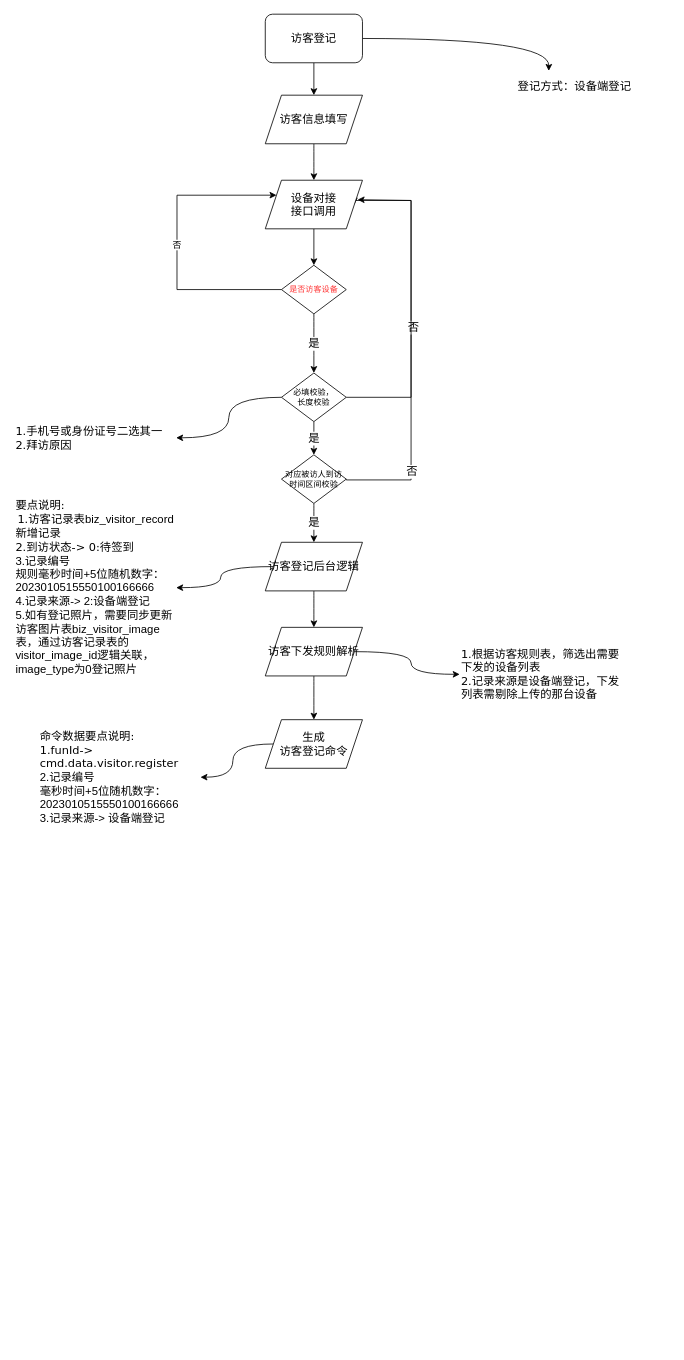
chwnjianhui/draw.io keeps this draw.io diagram as page "访客登记细化-设备端登记" (4 of 10) of 访客迭代3.7.1-平台和小程序和设备交互流程.drawio. Above is the earlier version. Source tidied: cells renumbered, new cells numbered last; positions are measured from the earlier drawing's top-left corner, leaving out a move shared by most shapes. Both pictures are drawn from the tidied source at 81%, with x=0, y=0 at pixel (14, 14).
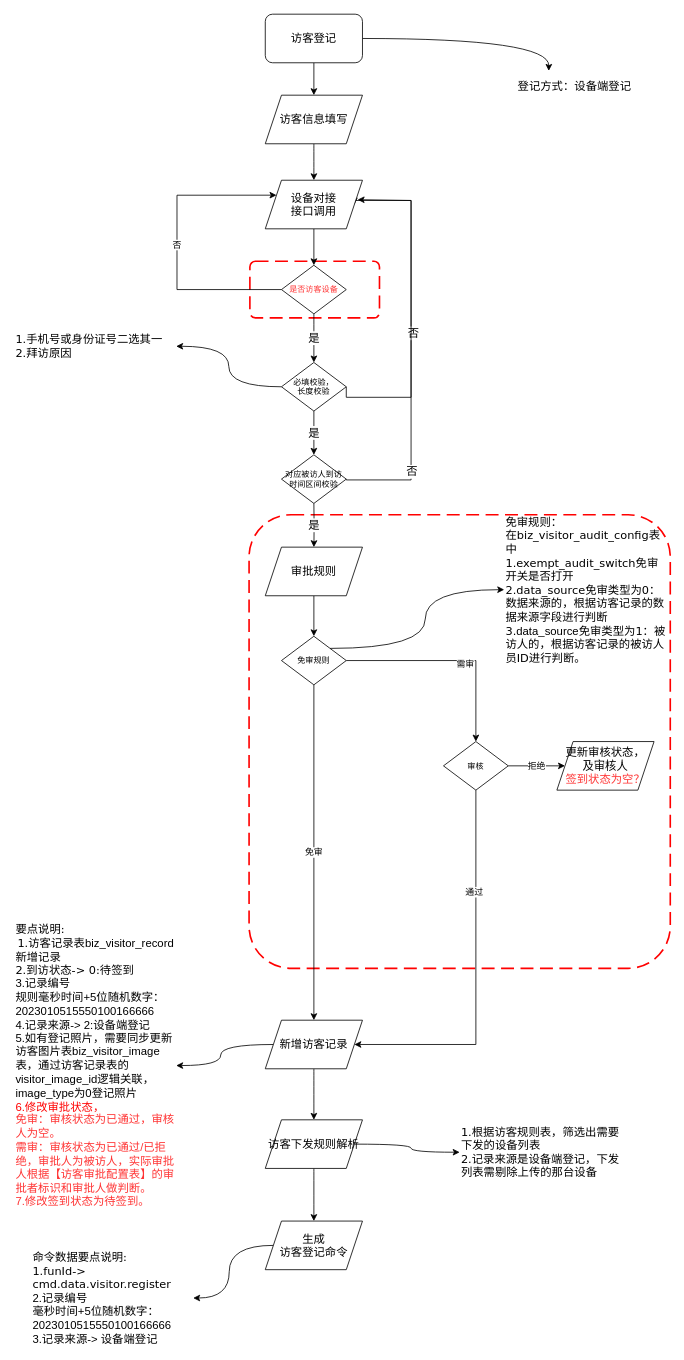
Above is the later version.

Unchanged cells that the change refers to:
```xml
<mxCell id="15" value="对应被访人到访时间区间校验" style="rhombus;whiteSpace=wrap;html=1;rounded=0;shadow=0;labelBackgroundColor=none;strokeWidth=1;fontFamily=Verdana;fontSize=10;align=center;fillColor=#FFFFFF;" parent="1" vertex="1">
  <mxGeometry x="330" y="544" width="80" height="60" as="geometry" />
</mxCell>
```

What changed in the source:
```diff
@@
+    <mxCell id="34" style="rounded=1;arcSize=10;dashed=1;strokeColor=#ff0000;fillColor=none;gradientColor=none;dashPattern=8 4;strokeWidth=2;" parent="1" vertex="1">
+      <mxGeometry x="291" y="305" width="160" height="70" as="geometry" />
+    </mxCell>
@@
     <mxCell id="9" value="必填校验，&lt;br&gt;长度校验" style="rhombus;whiteSpace=wrap;html=1;rounded=0;shadow=0;labelBackgroundColor=none;strokeWidth=1;fontFamily=Verdana;fontSize=10;align=center;fillColor=#FFFFFF;" parent="1" vertex="1">
-      <mxGeometry x="330" y="443" width="80" height="60" as="geometry" />
+      <mxGeometry x="330" y="430" width="80" height="60" as="geometry" />
     </mxCell>
@@
-    <mxCell id="14" value="是" style="edgeStyle=orthogonalEdgeStyle;curved=1;rounded=0;jettySize=auto;html=1;fontSize=14;" parent="1" edge="1" source="15" target="19">
-      <mxGeometry relative="1" as="geometry" />
-    </mxCell>
@@
     <mxCell id="16" value="&lt;span style=&quot;font-family: Verdana; font-size: 14px;&quot;&gt;1.手机号&lt;/span&gt;&lt;span style=&quot;font-family: Verdana; font-size: 14px;&quot;&gt;或身份证号二选其一&lt;br style=&quot;font-size: 14px;&quot;&gt;2.拜访原因&lt;br style=&quot;font-size: 14px;&quot;&gt;&lt;/span&gt;" style="text;html=1;strokeColor=none;fillColor=none;align=left;verticalAlign=middle;whiteSpace=wrap;rounded=0;fontSize=14;" parent="1" vertex="1">
-      <mxGeometry y="503" width="200" height="40" as="geometry" />
+      <mxGeometry y="390" width="200" height="40" as="geometry" />
     </mxCell>
@@
-    <mxCell id="19" value="访客登记后台逻辑" style="shape=parallelogram;perimeter=parallelogramPerimeter;whiteSpace=wrap;html=1;fixedSize=1;fontSize=14;fillColor=#FFFFFF;" parent="1" vertex="1">
-      <mxGeometry x="310" y="652" width="120" height="60" as="geometry" />
+    <mxCell id="19" value="新增访客记录" style="shape=parallelogram;perimeter=parallelogramPerimeter;whiteSpace=wrap;html=1;fixedSize=1;fontSize=14;fillColor=#FFFFFF;" parent="1" vertex="1">
+      <mxGeometry x="310" y="1242" width="120" height="60" as="geometry" />
     </mxCell>
-    <mxCell id="20" value="&lt;font face=&quot;Verdana&quot;&gt;要点说明:&lt;/font&gt;&lt;br&gt;&lt;div style=&quot;text-align: center;&quot;&gt;&lt;font style=&quot;background-color: initial;&quot; face=&quot;Verdana&quot;&gt;1.&lt;/font&gt;&lt;span style=&quot;background-color: initial; text-align: center;&quot;&gt;访客记录表biz_visitor_record&lt;/span&gt;&lt;/div&gt;&lt;span style=&quot;text-align: center;&quot;&gt;新增记录&lt;/span&gt;&lt;font face=&quot;Verdana&quot;&gt;&lt;br&gt;2.到访状态-&amp;gt; 0:待签到&lt;br&gt;&lt;/font&gt;3.记录编号&lt;br&gt;规则毫秒时间+5位随机数字：2023010515550100166666&lt;br&gt;4.记录来源-&amp;gt; 2:设备端登记&lt;br&gt;5.如有登记照片，需要同步更新访客图片表biz_visitor_image表，通过访客记录表的visitor_image_id逻辑关联，image_type为0登记照片" style="text;html=1;strokeColor=none;fillColor=none;align=left;verticalAlign=middle;whiteSpace=wrap;rounded=0;fontSize=14;" parent="1" vertex="1">
-      <mxGeometry y="653" width="200" height="110" as="geometry" />
+    <mxCell id="20" value="&lt;font face=&quot;Verdana&quot;&gt;要点说明:&lt;/font&gt;&lt;br&gt;&lt;div style=&quot;text-align: center;&quot;&gt;&lt;font style=&quot;background-color: initial;&quot; face=&quot;Verdana&quot;&gt;1.&lt;/font&gt;&lt;span style=&quot;background-color: initial; text-align: center;&quot;&gt;访客记录表biz_visitor_record&lt;/span&gt;&lt;/div&gt;&lt;span style=&quot;text-align: center;&quot;&gt;新增记录&lt;/span&gt;&lt;font face=&quot;Verdana&quot;&gt;&lt;br&gt;2.到访状态-&amp;gt; 0:待签到&lt;br&gt;&lt;/font&gt;3.记录编号&lt;br&gt;规则毫秒时间+5位随机数字：2023010515550100166666&lt;br&gt;4.记录来源-&amp;gt; 2:设备端登记&lt;br&gt;5.如有登记照片，需要同步更新访客图片表biz_visitor_image表，通过访客记录表的visitor_image_id逻辑关联，image_type为0登记照片&lt;br&gt;&lt;font color=&quot;#ff0000&quot;&gt;6.修改审批状态，&lt;/font&gt;&lt;br style=&quot;border-color: var(--border-color); color: rgb(255, 51, 51);&quot;&gt;&lt;span style=&quot;color: rgb(255, 51, 51);&quot;&gt;免审：审核状态为已通过，审核人为空。&lt;/span&gt;&lt;br style=&quot;border-color: var(--border-color); color: rgb(255, 51, 51);&quot;&gt;&lt;span style=&quot;color: rgb(255, 51, 51);&quot;&gt;需审：审核状态为已通过/已拒绝，审批人为被访人，实际审批人根据【访客审批配置表】的审批者标识和审批人做判断。&lt;/span&gt;&lt;br style=&quot;border-color: var(--border-color); color: rgb(255, 51, 51);&quot;&gt;&lt;span style=&quot;color: rgb(255, 51, 51);&quot;&gt;7.修改签到状态为待签到。&lt;/span&gt;" style="text;html=1;strokeColor=none;fillColor=none;align=left;verticalAlign=middle;whiteSpace=wrap;rounded=0;fontSize=14;" parent="1" vertex="1">
+      <mxGeometry y="1243" width="200" height="110" as="geometry" />
     </mxCell>
@@
     <mxCell id="23" value="访客下发规则解析" style="shape=parallelogram;perimeter=parallelogramPerimeter;whiteSpace=wrap;html=1;fixedSize=1;fontSize=14;fillColor=#FFFFFF;" parent="1" vertex="1">
-      <mxGeometry x="310" y="757" width="120" height="60" as="geometry" />
+      <mxGeometry x="310" y="1365" width="120" height="60" as="geometry" />
     </mxCell>
@@
     <mxCell id="25" value="生成&lt;br&gt;访客登记命令" style="shape=parallelogram;perimeter=parallelogramPerimeter;whiteSpace=wrap;html=1;fixedSize=1;fontSize=14;fillColor=#FFFFFF;" parent="1" vertex="1">
-      <mxGeometry x="310" y="871" width="120" height="60" as="geometry" />
+      <mxGeometry x="310" y="1490" width="120" height="60" as="geometry" />
     </mxCell>
@@
     <mxCell id="27" value="&lt;font face=&quot;Verdana&quot;&gt;命令数据要点说明:&lt;/font&gt;&lt;br&gt;&lt;font face=&quot;Verdana&quot;&gt;1.funId-&amp;gt; cmd.data.visitor.register&lt;br&gt;&lt;/font&gt;2.记录编号&lt;br&gt;毫秒时间+5位随机数字：2023010515550100166666&lt;br&gt;3.记录来源-&amp;gt; 设备端登记" style="text;html=1;strokeColor=none;fillColor=none;align=left;verticalAlign=middle;whiteSpace=wrap;rounded=0;fontSize=14;" parent="1" vertex="1">
-      <mxGeometry x="30" y="887" width="200" height="110" as="geometry" />
+      <mxGeometry x="21" y="1530" width="200" height="110" as="geometry" />
     </mxCell>
@@
     <mxCell id="31" value="&lt;span style=&quot;font-family: Verdana; font-size: 14px;&quot;&gt;1.根据访客规则表，筛选出需要下发的设备列表&lt;br&gt;2.记录来源是设备端登记，下发列表需剔除上传的那台设备&lt;br style=&quot;font-size: 14px;&quot;&gt;&lt;/span&gt;" style="text;html=1;strokeColor=none;fillColor=none;align=left;verticalAlign=middle;whiteSpace=wrap;rounded=0;fontSize=14;" parent="1" vertex="1">
-      <mxGeometry x="550" y="795" width="200" height="40" as="geometry" />
+      <mxGeometry x="550" y="1385" width="200" height="40" as="geometry" />
     </mxCell>
@@
+    <mxCell id="35" style="rounded=1;arcSize=10;dashed=1;strokeColor=#ff0000;fillColor=none;gradientColor=none;dashPattern=8 4;strokeWidth=2;" parent="1" vertex="1">
+      <mxGeometry x="290" y="618" width="520" height="560" as="geometry" />
+    </mxCell>
+    <mxCell id="14" value="是" style="edgeStyle=orthogonalEdgeStyle;curved=1;rounded=0;jettySize=auto;html=1;fontSize=14;entryX=0.5;entryY=0;entryDx=0;entryDy=0;" parent="1" edge="1" target="41">
+      <mxGeometry relative="1" as="geometry">
+        <mxPoint x="370" y="604" as="sourcePoint" />
+      </mxGeometry>
+    </mxCell>
+    <mxCell id="36" style="edgeStyle=orthogonalEdgeStyle;rounded=0;jettySize=auto;html=1;exitX=1;exitY=0.5;exitDx=0;exitDy=0;" parent="1" edge="1" source="39">
+      <mxGeometry relative="1" as="geometry">
+        <mxPoint x="570" y="898" as="targetPoint" />
+        <Array as="points">
+          <mxPoint x="570" y="798" />
+        </Array>
+      </mxGeometry>
+    </mxCell>
+    <mxCell id="37" value="需审" style="edgeLabel;html=1;align=center;verticalAlign=middle;" parent="36" vertex="1">
+      <mxGeometry x="0.12" y="-3" relative="1" as="geometry" />
+    </mxCell>
+    <mxCell id="38" value="免审" style="edgeStyle=orthogonalEdgeStyle;rounded=0;jettySize=auto;html=1;exitX=0.5;exitY=1;exitDx=0;exitDy=0;" parent="1" edge="1" source="39" target="19">
+      <mxGeometry relative="1" as="geometry" />
+    </mxCell>
+    <mxCell id="39" value="免审规则" style="rhombus;whiteSpace=wrap;html=1;rounded=0;shadow=0;labelBackgroundColor=none;strokeWidth=1;fontFamily=Verdana;fontSize=10;align=center;fillColor=#FFFFFF;" parent="1" vertex="1">
+      <mxGeometry x="330" y="768" width="80" height="60" as="geometry" />
+    </mxCell>
+    <mxCell id="40" style="edgeStyle=orthogonalEdgeStyle;rounded=0;jettySize=auto;html=1;exitX=0.5;exitY=1;exitDx=0;exitDy=0;entryX=0.5;entryY=0;entryDx=0;entryDy=0;" parent="1" edge="1" source="41" target="39">
+      <mxGeometry relative="1" as="geometry" />
+    </mxCell>
+    <mxCell id="41" value="审批规则" style="shape=parallelogram;perimeter=parallelogramPerimeter;whiteSpace=wrap;html=1;fixedSize=1;fontSize=14;fillColor=#FFFFFF;" parent="1" vertex="1">
+      <mxGeometry x="310" y="658" width="120" height="60" as="geometry" />
+    </mxCell>
+    <mxCell id="42" value="拒绝" style="edgeStyle=orthogonalEdgeStyle;rounded=0;jettySize=auto;html=1;exitX=1;exitY=0.5;exitDx=0;exitDy=0;entryX=0;entryY=0.5;entryDx=0;entryDy=0;" parent="1" edge="1" source="45" target="48">
+      <mxGeometry relative="1" as="geometry" />
+    </mxCell>
+    <mxCell id="43" style="edgeStyle=orthogonalEdgeStyle;rounded=0;jettySize=auto;html=1;exitX=0.5;exitY=1;exitDx=0;exitDy=0;entryX=1;entryY=0.5;entryDx=0;entryDy=0;" parent="1" edge="1" source="45" target="19">
+      <mxGeometry relative="1" as="geometry">
+        <Array as="points">
+          <mxPoint x="570" y="1272" />
+        </Array>
+      </mxGeometry>
+    </mxCell>
+    <mxCell id="44" value="通过" style="edgeLabel;html=1;align=center;verticalAlign=middle;" parent="43" vertex="1">
+      <mxGeometry x="-0.46" y="-3" relative="1" as="geometry" />
+    </mxCell>
+    <mxCell id="45" value="审核" style="rhombus;whiteSpace=wrap;html=1;rounded=0;shadow=0;labelBackgroundColor=none;strokeWidth=1;fontFamily=Verdana;fontSize=10;align=center;fillColor=#FFFFFF;" parent="1" vertex="1">
+      <mxGeometry x="530" y="898" width="80" height="60" as="geometry" />
+    </mxCell>
+    <mxCell id="46" value="&lt;font face=&quot;Verdana&quot;&gt;免审规则：&lt;br&gt;在biz_visitor_audit_config表中&lt;br&gt;1.exempt_audit_switch免审开关是否打开&lt;br&gt;2.data_source免审类型为0：数据来源的，根据访客记录的数据来源字段进行判断&lt;br&gt;3.&lt;/font&gt;data_source&lt;span style=&quot;font-family: Verdana;&quot;&gt;免审类型为1：被访人的，根据访客记录的被访人员ID进行判断。&lt;/span&gt;&lt;font face=&quot;Verdana&quot;&gt;&lt;br&gt;&lt;/font&gt;" style="text;html=1;strokeColor=none;fillColor=none;align=left;verticalAlign=middle;whiteSpace=wrap;rounded=0;fontSize=14;" parent="1" vertex="1">
+      <mxGeometry x="605" y="653" width="200" height="115" as="geometry" />
+    </mxCell>
+    <mxCell id="47" style="edgeStyle=orthogonalEdgeStyle;curved=1;rounded=0;jettySize=auto;html=1;exitX=1;exitY=0;exitDx=0;exitDy=0;fontSize=14;entryX=0;entryY=0.5;entryDx=0;entryDy=0;" parent="1" edge="1" source="39" target="46">
+      <mxGeometry relative="1" as="geometry" />
+    </mxCell>
+    <mxCell id="48" value="更新审核状态，&lt;br&gt;及审核人&lt;br&gt;&lt;font color=&quot;#ff3333&quot;&gt;签到状态为空？&lt;/font&gt;" style="shape=parallelogram;perimeter=parallelogramPerimeter;whiteSpace=wrap;html=1;fixedSize=1;fontSize=14;fillColor=#FFFFFF;" parent="1" vertex="1">
+      <mxGeometry x="670" y="898" width="120" height="60" as="geometry" />
+    </mxCell>
```
